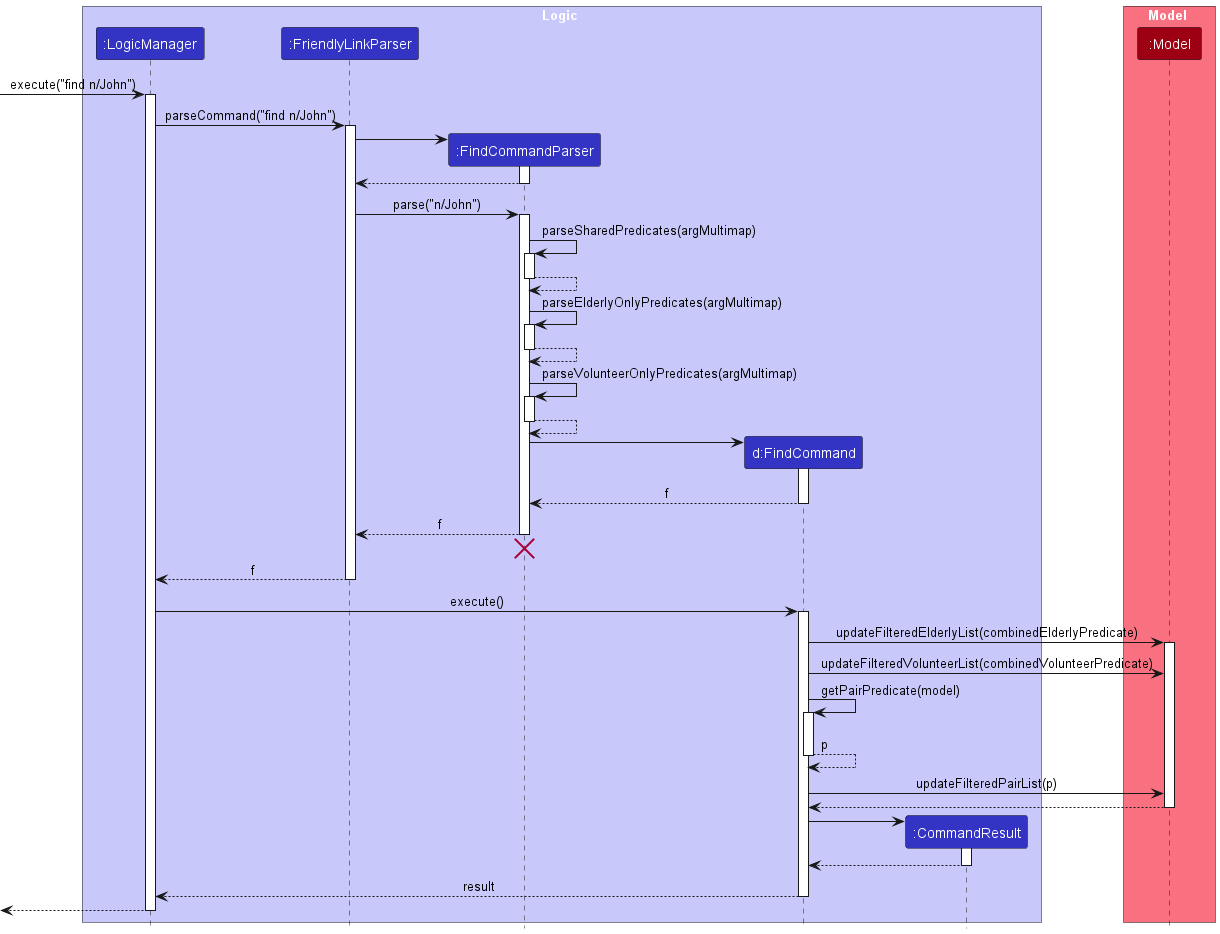
Before: docs/images/developerGuide/FindSequenceDiagram.png, a diagram exported from PlantUML (nus-cs2103-AY2223S2/tp). Its diagram source:
```plantuml
@startuml
!include style.puml

box Logic LOGIC_COLOR_T1
participant ":LogicManager" as LogicManager LOGIC_COLOR
participant ":FriendlyLinkParser" as FriendlyLinkParser LOGIC_COLOR
participant ":FindCommandParser" as FindCommandParser LOGIC_COLOR
participant "d:FindCommand" as FindCommand LOGIC_COLOR
participant ":CommandResult" as CommandResult LOGIC_COLOR
end box

box Model MODEL_COLOR_T1
participant ":Model" as Model MODEL_COLOR
end box

[-> LogicManager : execute("find n/John")
activate LogicManager

LogicManager -> FriendlyLinkParser : parseCommand("find n/John")
activate FriendlyLinkParser

create FindCommandParser
FriendlyLinkParser -> FindCommandParser
activate FindCommandParser

FindCommandParser --> FriendlyLinkParser
deactivate FindCommandParser

FriendlyLinkParser -> FindCommandParser : parse("n/John")
activate FindCommandParser

FindCommandParser -> FindCommandParser : parseSharedPredicates(argMultimap)
activate FindCommandParser
return

FindCommandParser -> FindCommandParser : parseElderlyOnlyPredicates(argMultimap)
activate FindCommandParser
return

FindCommandParser -> FindCommandParser : parseVolunteerOnlyPredicates(argMultimap)
activate FindCommandParser
return

create FindCommand
FindCommandParser -> FindCommand
activate FindCommand

FindCommand --> FindCommandParser : f
deactivate FindCommand

FindCommandParser --> FriendlyLinkParser : f
deactivate FindCommandParser
FindCommandParser -[hidden]-> FriendlyLinkParser
destroy FindCommandParser

FriendlyLinkParser --> LogicManager : f
deactivate FriendlyLinkParser

LogicManager -> FindCommand : execute()
activate FindCommand

FindCommand -> Model : updateFilteredElderlyList(combinedElderlyPredicate)
activate Model

FindCommand -> Model : updateFilteredVolunteerList(combinedVolunteerPredicate)

FindCommand -> FindCommand : getPairPredicate(model)
activate FindCommand
return p

FindCommand -> Model : updateFilteredPairList(p)

Model --> FindCommand
deactivate Model

create CommandResult
FindCommand -> CommandResult
activate CommandResult

CommandResult --> FindCommand
deactivate CommandResult

FindCommand --> LogicManager : result
deactivate FindCommand

[<--LogicManager
deactivate LogicManager
@enduml
```
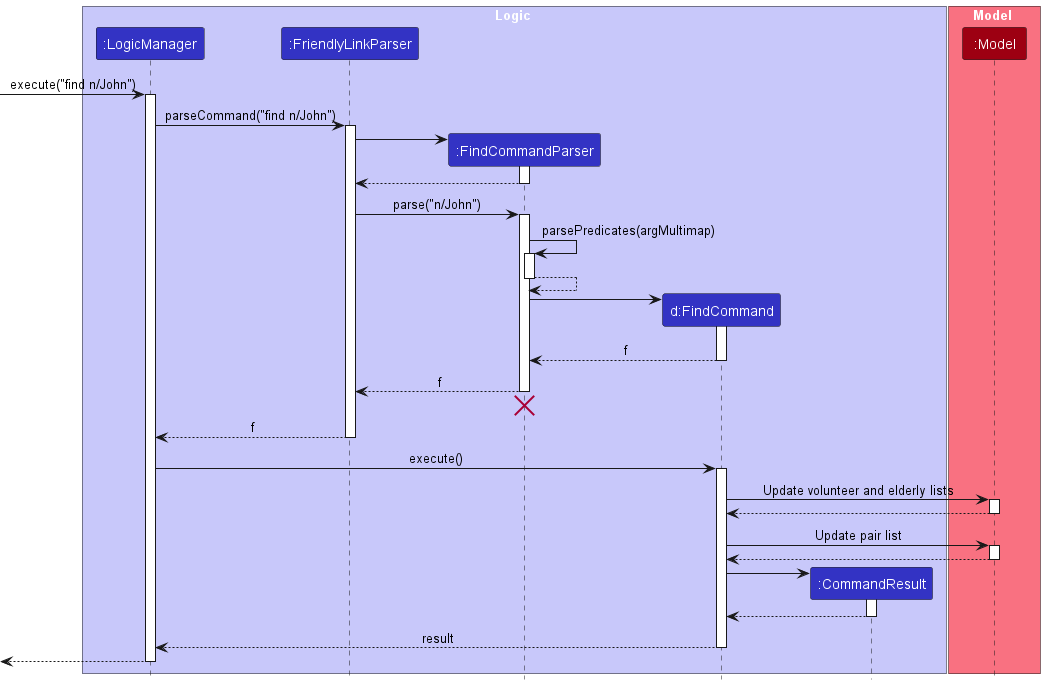
Later version of the same file.

Commit message:
Update find sequence diagram image

What changed in the source:
```diff
@@ -29,15 +29,7 @@
 FriendlyLinkParser -> FindCommandParser : parse("n/John")
 activate FindCommandParser
 
-FindCommandParser -> FindCommandParser : parseSharedPredicates(argMultimap)
-activate FindCommandParser
-return
-
-FindCommandParser -> FindCommandParser : parseElderlyOnlyPredicates(argMultimap)
-activate FindCommandParser
-return
-
-FindCommandParser -> FindCommandParser : parseVolunteerOnlyPredicates(argMultimap)
+FindCommandParser -> FindCommandParser : parsePredicates(argMultimap)
 activate FindCommandParser
 return
 
@@ -59,16 +51,14 @@
 LogicManager -> FindCommand : execute()
 activate FindCommand
 
-FindCommand -> Model : updateFilteredElderlyList(combinedElderlyPredicate)
+FindCommand -> Model : Update volunteer and elderly lists
 activate Model
 
-FindCommand -> Model : updateFilteredVolunteerList(combinedVolunteerPredicate)
+Model --> FindCommand
+deactivate Model
 
-FindCommand -> FindCommand : getPairPredicate(model)
-activate FindCommand
-return p
-
-FindCommand -> Model : updateFilteredPairList(p)
+FindCommand -> Model : Update pair list
+activate Model
 
 Model --> FindCommand
 deactivate Model
```
